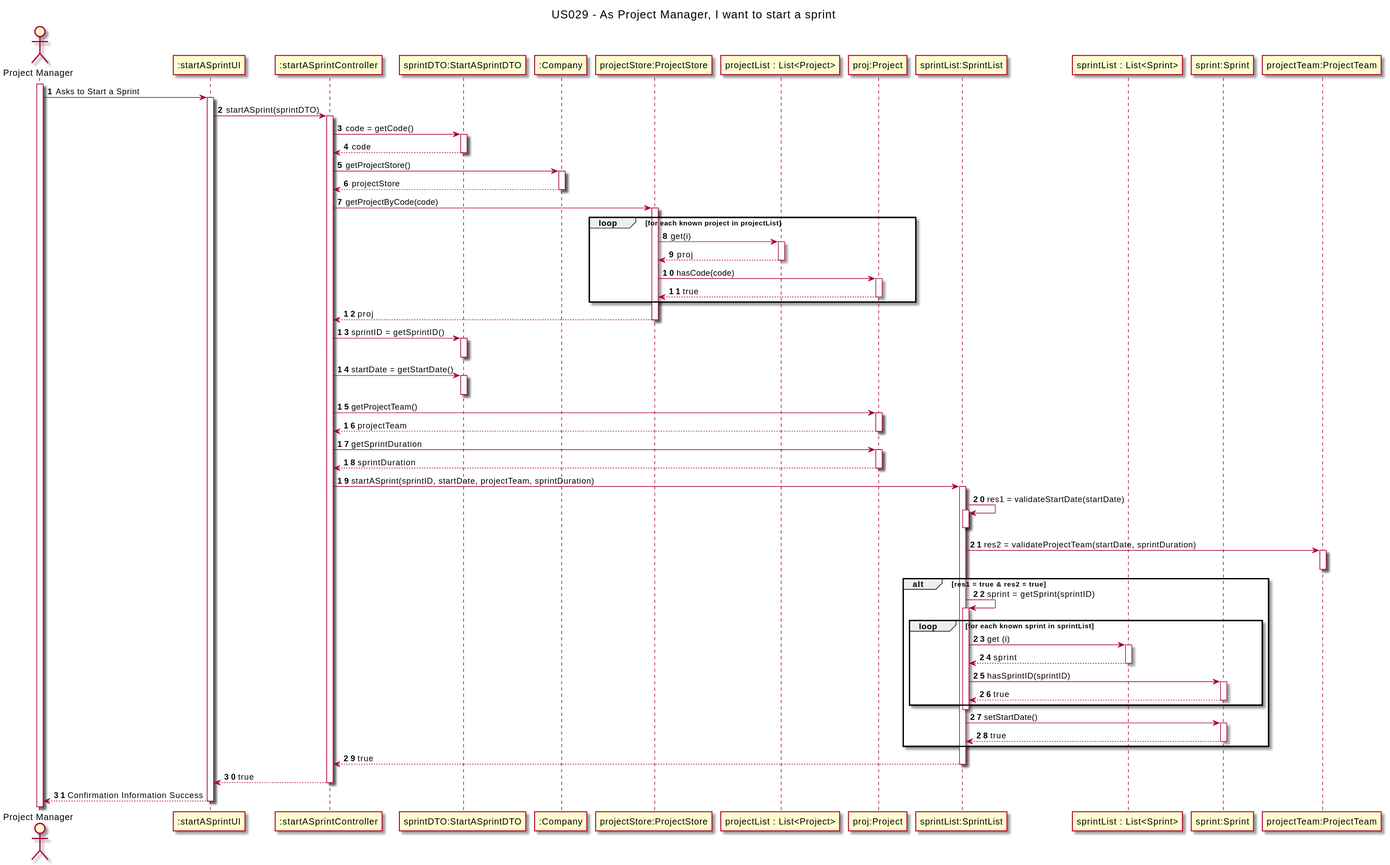
nunogon1211787/projectManagement keeps this PlantUML diagram as docs/Sprint3/US029/US029-SD.svg. Above is the earlier version.
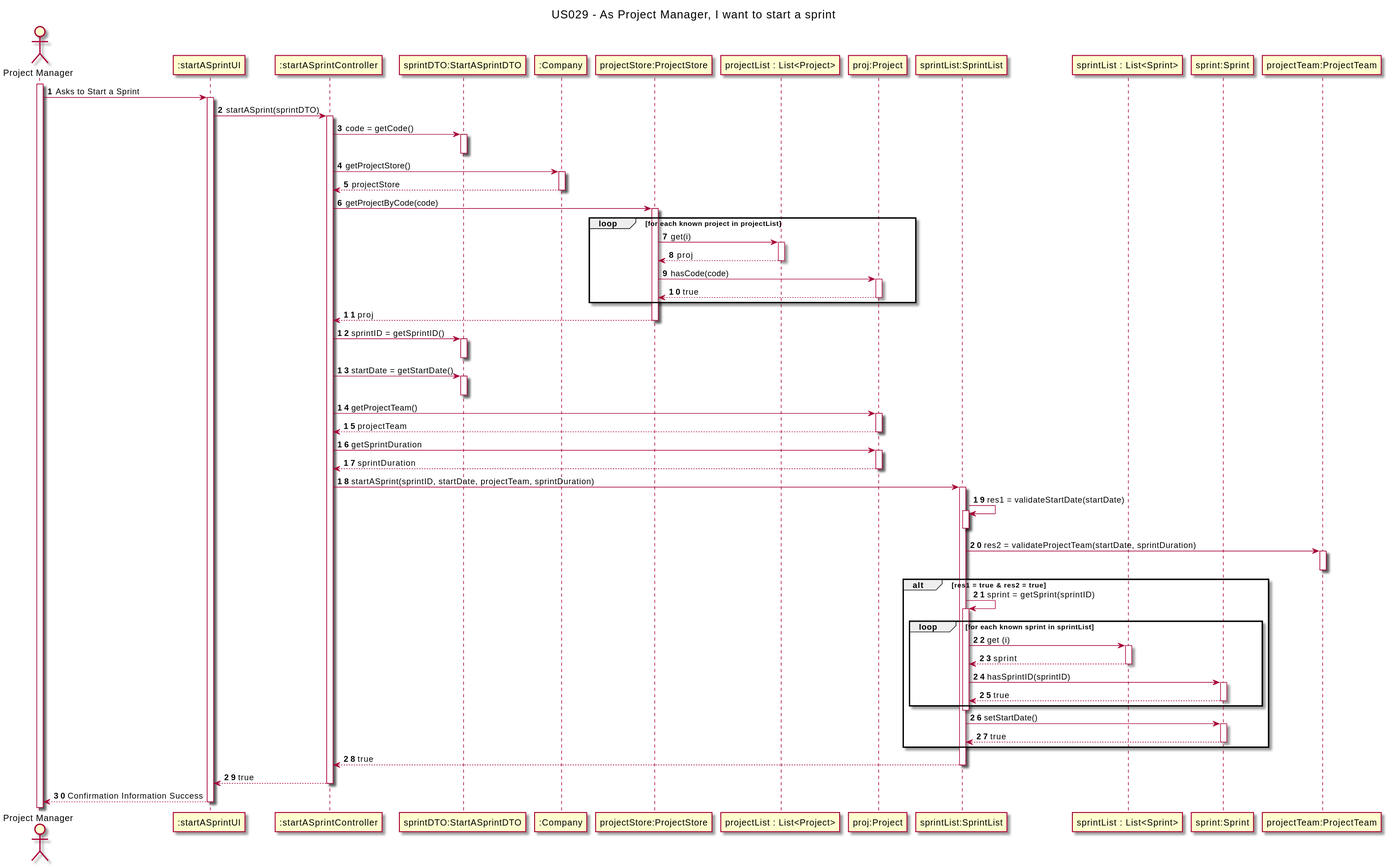
After the commit.

The edit, as a diff of the source:
```diff
@@ -23,7 +23,6 @@
 ProjectManager -> UI: Asks to Start a Sprint
 UI -> Ctrl: startASprint(sprintDTO)
 Ctrl -> sprintDTO: code = getCode()
-sprintDTO --> Ctrl: code
 deactivate sprintDTO
 Ctrl -> company: getProjectStore()
 company --> Ctrl: projectStore
```
